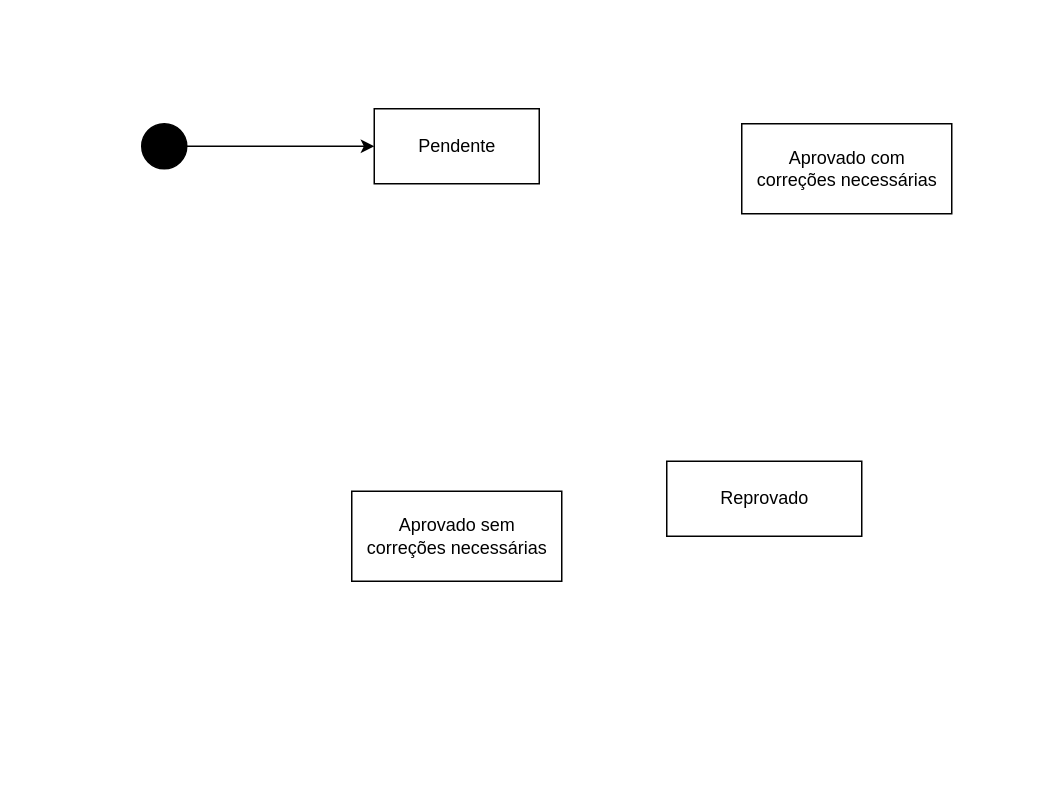
This is Diagrama de estados.drawio from AngryBeanTrevota/git_test, a draw.io file, before an edit. Source tidied: cells renumbered, new cells numbered last; positions are measured from the earlier drawing's top-left corner, leaving out a move shared by most shapes. Both pictures are drawn from the tidied source at 150%, with x=0, y=0 at pixel (141, 108).
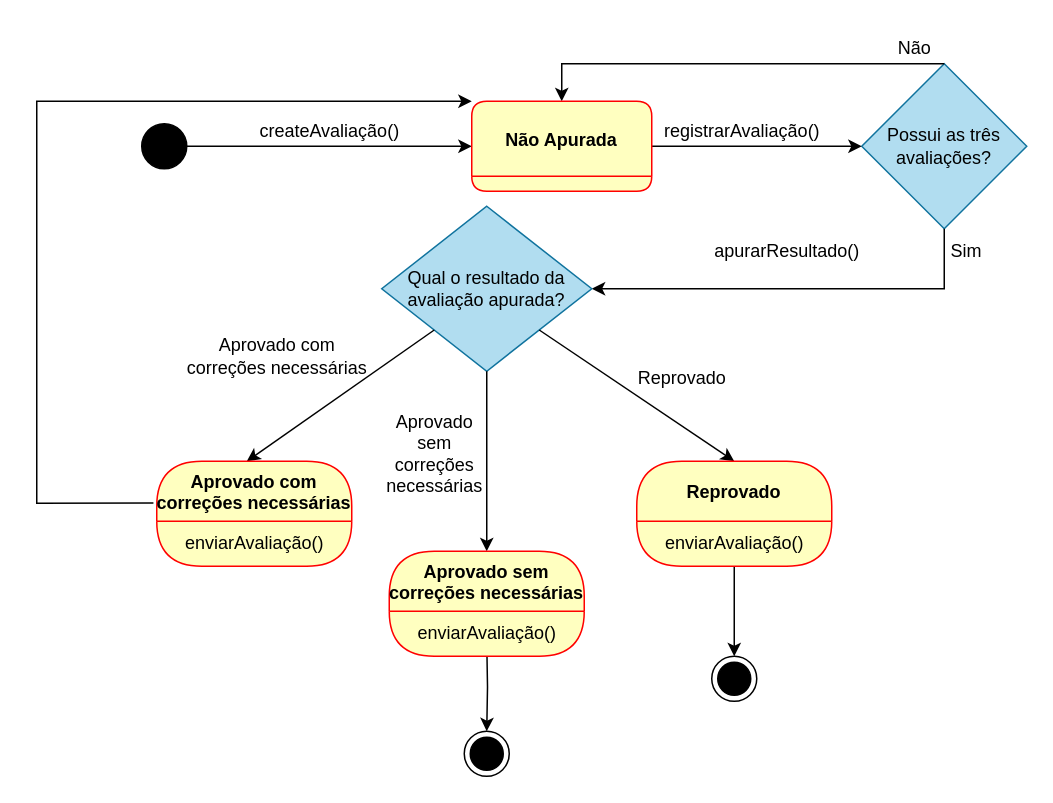
The same diagram, later.

Unchanged cells that the change refers to:
```xml
<mxCell id="3" style="ellipse;fillColor=strokeColor;" parent="1" vertex="1">
  <mxGeometry y="10" width="30" height="30" as="geometry" />
</mxCell>
```

The edit, as a diff of the source:
```diff
@@
-    <mxCell id="2" value="Pendente" style="html=1;" parent="1" vertex="1">
-      <mxGeometry x="155" width="110" height="50" as="geometry" />
-    </mxCell>
@@
-    <mxCell id="4" value="Aprovado sem &lt;br&gt;correções necessárias" style="html=1;" parent="1" vertex="1">
-      <mxGeometry x="140" y="255" width="140" height="60" as="geometry" />
-    </mxCell>
-    <mxCell id="5" value="Aprovado com&lt;br&gt;correções necessárias" style="html=1;" parent="1" vertex="1">
-      <mxGeometry x="400" y="10" width="140" height="60" as="geometry" />
-    </mxCell>
-    <mxCell id="6" value="Reprovado" style="html=1;" parent="1" vertex="1">
-      <mxGeometry x="350" y="235" width="130" height="50" as="geometry" />
-    </mxCell>
-    <mxCell id="7" style="endArrow=classic;html=1;rounded=0;exitX=1;exitY=0.5;exitDx=0;exitDy=0;entryX=0;entryY=0.5;entryDx=0;entryDy=0;" parent="1" edge="1" source="3" target="2">
-      <mxGeometry relative="1" as="geometry" />
+    <mxCell id="7" style="endArrow=classic;html=1;rounded=0;exitX=1;exitY=0.5;exitDx=0;exitDy=0;" parent="1" edge="1" source="3">
+      <mxGeometry relative="1" as="geometry">
+        <mxPoint x="220" y="25" as="targetPoint" />
+      </mxGeometry>
     </mxCell>
+    <mxCell id="8" value="createAvaliação()" style="text;html=1;align=center;verticalAlign=middle;strokeColor=none;fillColor=none;" parent="1" vertex="1">
+      <mxGeometry x="65" width="120" height="30" as="geometry" />
+    </mxCell>
+    <mxCell id="9" style="edgeStyle=orthogonalEdgeStyle;rounded=0;jettySize=auto;html=1;exitX=0.5;exitY=1;exitDx=0;exitDy=0;entryX=0.5;entryY=0;entryDx=0;entryDy=0;" parent="1" edge="1" target="26">
+      <mxGeometry relative="1" as="geometry">
+        <mxPoint x="230" y="355" as="sourcePoint" />
+      </mxGeometry>
+    </mxCell>
+    <mxCell id="10" style="edgeStyle=orthogonalEdgeStyle;rounded=0;orthogonalLoop=1;jettySize=auto;html=1;exitX=0.5;exitY=1;exitDx=0;exitDy=0;" parent="1" edge="1">
+      <mxGeometry relative="1" as="geometry">
+        <mxPoint x="395" y="295" as="sourcePoint" />
+        <mxPoint x="395" y="365" as="targetPoint" />
+      </mxGeometry>
+    </mxCell>
+    <mxCell id="11" value="Possui as três avaliações?" style="rhombus;whiteSpace=wrap;html=1;fillColor=#b1ddf0;strokeColor=#10739e;" parent="1" vertex="1">
+      <mxGeometry x="480" y="-30" width="110" height="110" as="geometry" />
+    </mxCell>
+    <mxCell id="12" style="endArrow=classic;html=1;rounded=0;exitX=1;exitY=0.5;exitDx=0;exitDy=0;entryX=0;entryY=0.5;entryDx=0;entryDy=0;" parent="1" edge="1" target="11">
+      <mxGeometry relative="1" as="geometry">
+        <mxPoint x="340" y="25" as="sourcePoint" />
+      </mxGeometry>
+    </mxCell>
+    <mxCell id="13" value="registrarAvaliação()" style="text;html=1;align=center;verticalAlign=middle;strokeColor=none;fillColor=none;" parent="1" vertex="1">
+      <mxGeometry x="335" width="130" height="30" as="geometry" />
+    </mxCell>
+    <mxCell id="14" value="Não" style="text;html=1;align=center;verticalAlign=middle;strokeColor=none;fillColor=none;" parent="1" vertex="1">
+      <mxGeometry x="490" y="-55" width="50" height="30" as="geometry" />
+    </mxCell>
+    <mxCell id="15" value="Sim" style="text;html=1;strokeColor=none;fillColor=none;align=center;verticalAlign=middle;whiteSpace=wrap;rounded=0;" parent="1" vertex="1">
+      <mxGeometry x="520" y="80" width="60" height="30" as="geometry" />
+    </mxCell>
+    <mxCell id="16" style="endArrow=classic;html=1;rounded=0;exitX=0.5;exitY=0;exitDx=0;exitDy=0;" parent="1" edge="1" source="11">
+      <mxGeometry relative="1" as="geometry">
+        <mxPoint x="280" y="-5" as="targetPoint" />
+        <Array as="points">
+          <mxPoint x="280" y="-30" />
+        </Array>
+      </mxGeometry>
+    </mxCell>
+    <mxCell id="17" style="endArrow=classic;html=1;rounded=0;exitX=0.5;exitY=1;exitDx=0;exitDy=0;entryX=1;entryY=0.5;entryDx=0;entryDy=0;" parent="1" edge="1" source="11" target="19">
+      <mxGeometry relative="1" as="geometry">
+        <Array as="points">
+          <mxPoint x="535" y="105" />
+          <mxPoint x="535" y="120" />
+        </Array>
+      </mxGeometry>
+    </mxCell>
+    <mxCell id="18" value="apurarResultado()" style="text;html=1;align=center;verticalAlign=middle;fillColor=none;strokeColor=none;rounded=0;" parent="1" vertex="1">
+      <mxGeometry x="370" y="80" width="120" height="30" as="geometry" />
+    </mxCell>
+    <mxCell id="19" value="Qual o resultado da avaliação apurada?" style="rhombus;whiteSpace=wrap;html=1;fillColor=#b1ddf0;strokeColor=#10739e;" parent="1" vertex="1">
+      <mxGeometry x="160" y="65" width="140" height="110" as="geometry" />
+    </mxCell>
+    <mxCell id="20" style="endArrow=classic;html=1;rounded=0;exitX=0;exitY=1;exitDx=0;exitDy=0;entryX=0.5;entryY=0;entryDx=0;entryDy=0;" parent="1" edge="1" source="19">
+      <mxGeometry relative="1" as="geometry">
+        <mxPoint x="70" y="235" as="targetPoint" />
+      </mxGeometry>
+    </mxCell>
+    <mxCell id="21" style="endArrow=classic;html=1;rounded=0;exitX=0.5;exitY=1;exitDx=0;exitDy=0;entryX=0.5;entryY=0;entryDx=0;entryDy=0;" parent="1" edge="1" source="19">
+      <mxGeometry relative="1" as="geometry">
+        <mxPoint x="230" y="295" as="targetPoint" />
+      </mxGeometry>
+    </mxCell>
+    <mxCell id="22" style="endArrow=classic;html=1;rounded=0;exitX=1;exitY=1;exitDx=0;exitDy=0;entryX=0.5;entryY=0;entryDx=0;entryDy=0;" parent="1" edge="1" source="19">
+      <mxGeometry relative="1" as="geometry">
+        <mxPoint x="395" y="235" as="targetPoint" />
+      </mxGeometry>
+    </mxCell>
+    <mxCell id="23" value="Aprovado com &lt;br&gt;correções necessárias" style="text;html=1;align=center;verticalAlign=middle;strokeColor=none;fillColor=none;" parent="1" vertex="1">
+      <mxGeometry x="20" y="145" width="140" height="40" as="geometry" />
+    </mxCell>
+    <mxCell id="24" value="Aprovado&lt;br&gt;sem&lt;br&gt;correções&lt;br&gt;necessárias" style="text;html=1;align=center;verticalAlign=middle;strokeColor=none;fillColor=none;" parent="1" vertex="1">
+      <mxGeometry x="150" y="195" width="90" height="70" as="geometry" />
+    </mxCell>
+    <mxCell id="25" value="Reprovado" style="text;html=1;align=center;verticalAlign=middle;strokeColor=none;fillColor=none;" parent="1" vertex="1">
+      <mxGeometry x="320" y="165" width="80" height="30" as="geometry" />
+    </mxCell>
+    <mxCell id="26" style="ellipse;html=1;shape=endState;fillColor=strokeColor;" parent="1" vertex="1">
+      <mxGeometry x="215" y="415" width="30" height="30" as="geometry" />
+    </mxCell>
+    <mxCell id="27" style="ellipse;html=1;shape=endState;fillColor=strokeColor;" parent="1" vertex="1">
+      <mxGeometry x="380" y="365" width="30" height="30" as="geometry" />
+    </mxCell>
+    <mxCell id="28" value="Não Apurada" style="swimlane;fontStyle=1;align=center;verticalAlign=middle;horizontal=1;startSize=50;fontColor=#000000;rounded=1;arcSize=30;strokeColor=#ff0000;fillColor=#ffffc0;swimlaneFillColor=#ffffc0;" parent="1" vertex="1">
+      <mxGeometry x="220" y="-5" width="120" height="60" as="geometry" />
+    </mxCell>
+    <mxCell id="29" value="Aprovado com&#10;correções necessárias" style="swimlane;fontStyle=1;align=center;verticalAlign=middle;horizontal=1;startSize=40;fontColor=#000000;rounded=1;arcSize=30;strokeColor=#ff0000;fillColor=#ffffc0;swimlaneFillColor=#ffffc0;" parent="1" vertex="1">
+      <mxGeometry x="10" y="235" width="130" height="70" as="geometry" />
+    </mxCell>
+    <mxCell id="30" value="enviarAvaliação()" style="text;html=1;align=center;verticalAlign=middle;strokeColor=none;fillColor=none;" parent="1" vertex="1">
+      <mxGeometry x="15" y="275" width="120" height="30" as="geometry" />
+    </mxCell>
+    <mxCell id="31" value="Aprovado sem&#10;correções necessárias" style="swimlane;fontStyle=1;align=center;verticalAlign=middle;horizontal=1;startSize=40;fontColor=#000000;rounded=1;arcSize=30;strokeColor=#ff0000;fillColor=#ffffc0;swimlaneFillColor=#ffffc0;" parent="1" vertex="1">
+      <mxGeometry x="165" y="295" width="130" height="70" as="geometry" />
+    </mxCell>
+    <mxCell id="32" value="Reprovado" style="swimlane;fontStyle=1;align=center;verticalAlign=middle;horizontal=1;startSize=40;fontColor=#000000;rounded=1;arcSize=30;strokeColor=#ff0000;fillColor=#ffffc0;swimlaneFillColor=#ffffc0;" parent="1" vertex="1">
+      <mxGeometry x="330" y="235" width="130" height="70" as="geometry" />
+    </mxCell>
+    <mxCell id="33" value="enviarAvaliação()" style="text;html=1;align=center;verticalAlign=middle;strokeColor=none;fillColor=none;" parent="1" vertex="1">
+      <mxGeometry x="170" y="335" width="120" height="30" as="geometry" />
+    </mxCell>
+    <mxCell id="34" value="enviarAvaliação()" style="text;html=1;align=center;verticalAlign=middle;strokeColor=none;fillColor=none;" parent="1" vertex="1">
+      <mxGeometry x="335" y="275" width="120" height="30" as="geometry" />
+    </mxCell>
+    <mxCell id="35" style="endArrow=classic;html=1;rounded=0;exitX=-0.017;exitY=0.398;exitDx=0;exitDy=0;exitPerimeter=0;entryX=0;entryY=0;entryDx=0;entryDy=0;" parent="1" edge="1" source="29" target="28">
+      <mxGeometry relative="1" as="geometry">
+        <Array as="points">
+          <mxPoint x="-70" y="263" />
+          <mxPoint x="-70" y="-5" />
+        </Array>
+      </mxGeometry>
+    </mxCell>
```
